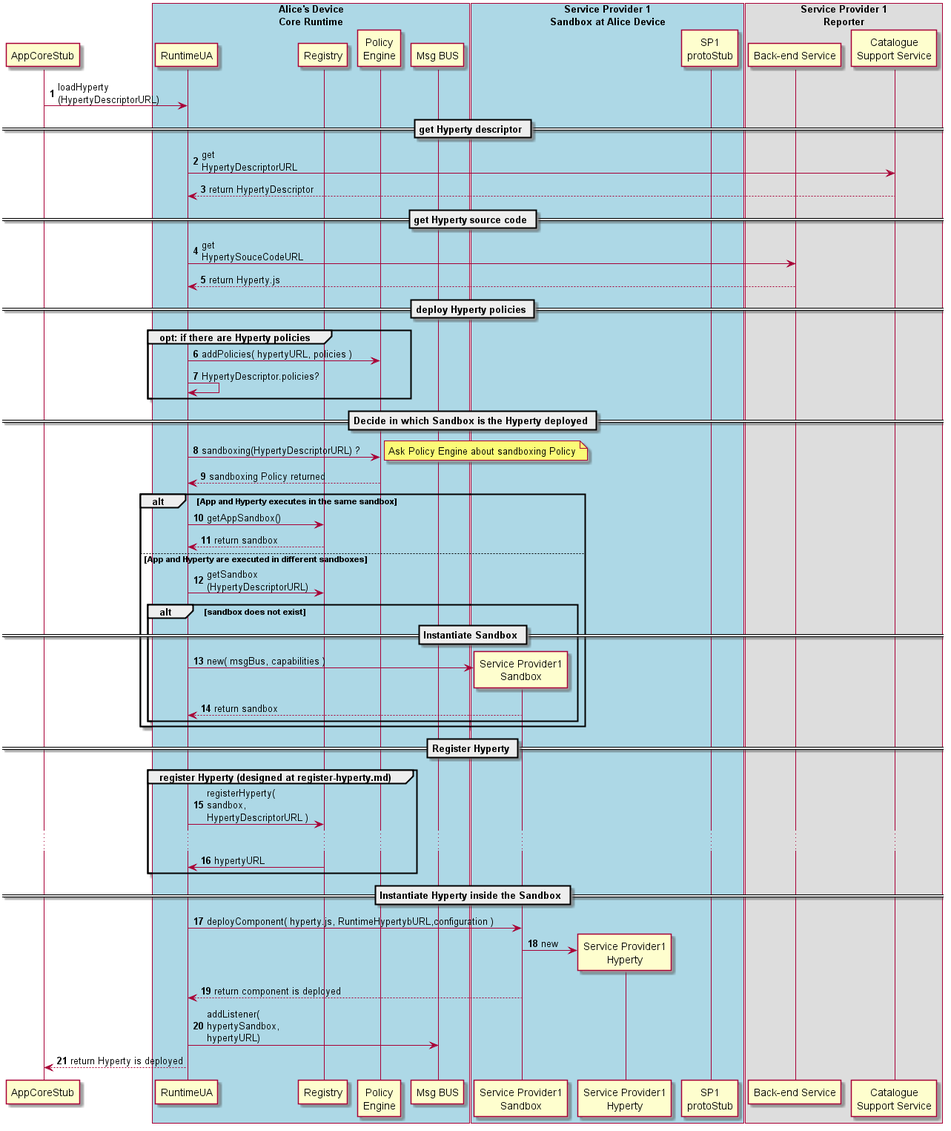
The PlantUML diagram dynamic-view/basics/deploy-hyperty.png in reTHINK-project/specs, before a commit. Its source is kept beside it as dynamic-view/basics/deploy-hyperty.plantuml.
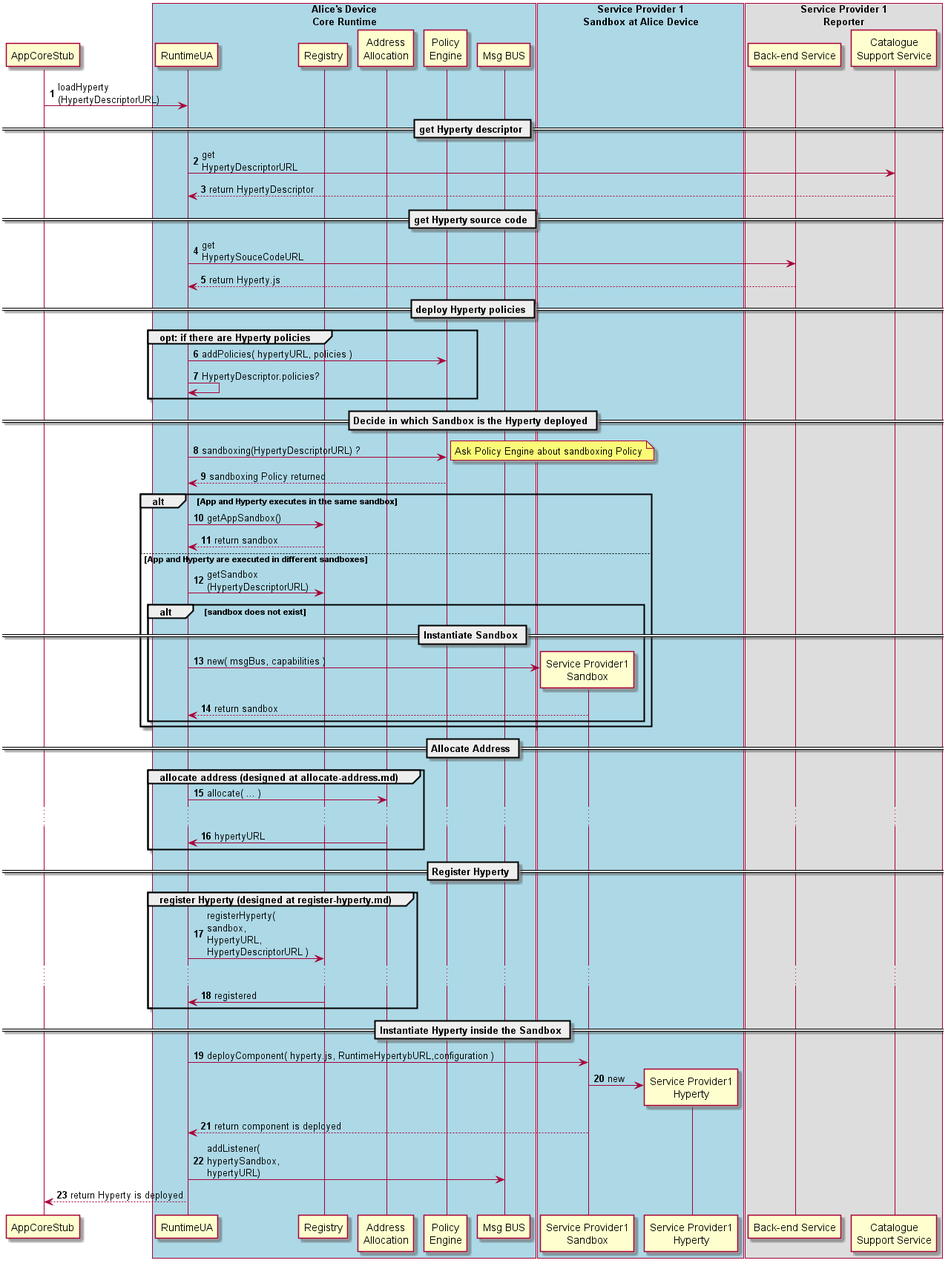
Above is the later version.

Commit message:
Hyperty address allocation updated in order to use a generic "address allocation" core component that is in charge of addresses allocation for data object and hyperties

Diff of the diagram source:
```diff
@@ -12,11 +12,11 @@
 !define SHOW_CoreRuntimeA
 !define SHOW_MsgBUSAtRuntimeA
 !define SHOW_RegistryAtRuntimeA
+!define SHOW_AllocateAtRuntimeA
 !define SHOW_CoreAgentAtRuntimeA
 !define SHOW_AuthAtRuntimeA
 
 !define SHOW_SP1SandboxAtRuntimeA
-!define SHOW_Protostub1AtRuntimeA
 !define SHOW_ServiceProvider1HypertyAtRuntimeA
 !define SHOW_ServiceProvider1SandboxManagerAtRuntimeA
 
@@ -81,15 +81,28 @@
 
 end
 
+== Allocate Address ==
+
+group allocate address (designed at allocate-address.md)
+
+RunUA@A -> RunAllocate@A : allocate( ... )
+
+...
+
+RunUA@A <- RunAllocate@A : hypertyURL
+
+end group
+
+
 == Register Hyperty ==
 
 group register Hyperty (designed at register-hyperty.md)
 
-RunUA@A -> RunReg@A : registerHyperty(\nsandbox,\nHypertyDescriptorURL )
+RunUA@A -> RunReg@A : registerHyperty(\nsandbox,\nHypertyURL,\nHypertyDescriptorURL )
 
 ...
 
-RunUA@A <- RunReg@A : hypertyURL
+RunUA@A <- RunReg@A : registered
 
 end group
 
```
